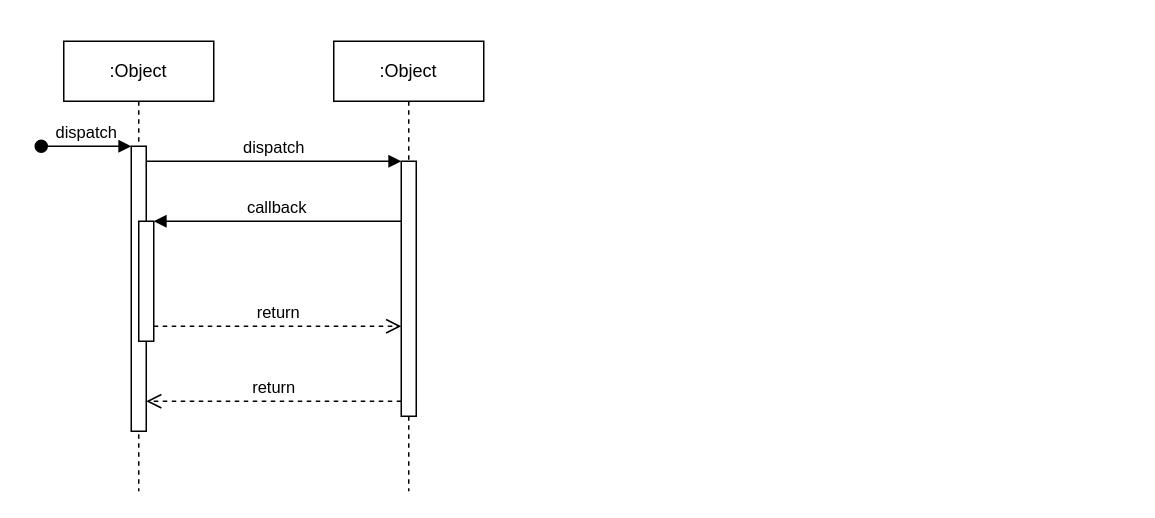
The draw.io diagram Diagrama Sequencia.drawio in gman2004-spec/Draw.io, before the edit. Source tidied: cells renumbered, new cells numbered last; positions are measured from the earlier drawing's top-left corner, leaving out a move shared by most shapes. Both pictures are drawn from the tidied source at 150%, with x=0, y=0 at pixel (40, 40).
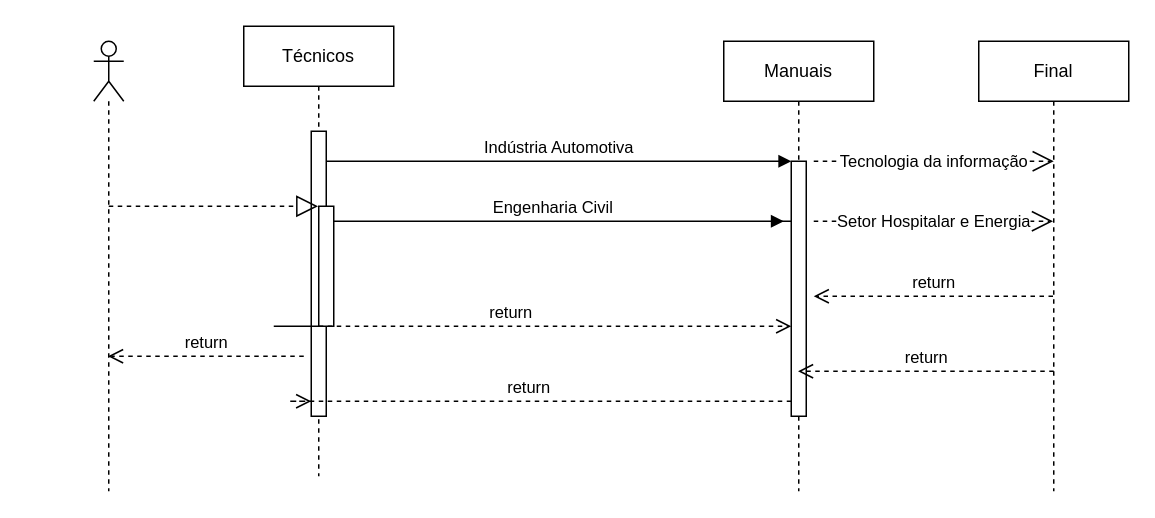
Above is the later version.

The change refers to these unchanged cells:
```xml
<mxCell id="3" style="html=1;points=[];perimeter=orthogonalPerimeter;outlineConnect=0;targetShapes=umlLifeline;portConstraint=eastwest;newEdgeStyle={&quot;edgeStyle&quot;:&quot;elbowEdgeStyle&quot;,&quot;elbow&quot;:&quot;vertical&quot;,&quot;curved&quot;:0,&quot;rounded&quot;:0};" parent="2" vertex="1">
  <mxGeometry x="45" y="70" width="10" height="190" as="geometry" />
</mxCell>
<mxCell id="5" style="html=1;points=[];perimeter=orthogonalPerimeter;outlineConnect=0;targetShapes=umlLifeline;portConstraint=eastwest;newEdgeStyle={&quot;edgeStyle&quot;:&quot;elbowEdgeStyle&quot;,&quot;elbow&quot;:&quot;vertical&quot;,&quot;curved&quot;:0,&quot;rounded&quot;:0};" parent="2" vertex="1">
  <mxGeometry x="50" y="120" width="10" height="80" as="geometry" />
</mxCell>
<mxCell id="7" style="html=1;points=[];perimeter=orthogonalPerimeter;outlineConnect=0;targetShapes=umlLifeline;portConstraint=eastwest;newEdgeStyle={&quot;edgeStyle&quot;:&quot;elbowEdgeStyle&quot;,&quot;elbow&quot;:&quot;vertical&quot;,&quot;curved&quot;:0,&quot;rounded&quot;:0};" parent="6" vertex="1">
  <mxGeometry x="45" y="80" width="10" height="170" as="geometry" />
</mxCell>
```

Diff of the diagram source:
```diff
@@
-    <mxCell id="2" value=":Object" style="shape=umlLifeline;perimeter=lifelinePerimeter;whiteSpace=wrap;html=1;outlineConnect=0;portConstraint=eastwest;newEdgeStyle={&quot;edgeStyle&quot;:&quot;elbowEdgeStyle&quot;,&quot;elbow&quot;:&quot;vertical&quot;,&quot;curved&quot;:0,&quot;rounded&quot;:0};" parent="1" vertex="1">
-      <mxGeometry x="15" width="100" height="300" as="geometry" />
+    <mxCell id="2" value="Técnicos" style="shape=umlLifeline;perimeter=lifelinePerimeter;whiteSpace=wrap;html=1;outlineConnect=0;portConstraint=eastwest;newEdgeStyle={&quot;edgeStyle&quot;:&quot;elbowEdgeStyle&quot;,&quot;elbow&quot;:&quot;vertical&quot;,&quot;curved&quot;:0,&quot;rounded&quot;:0};" parent="1" vertex="1">
+      <mxGeometry x="135" y="-10" width="100" height="300" as="geometry" />
     </mxCell>
@@
-    <mxCell id="4" value="dispatch" style="html=1;verticalAlign=bottom;startArrow=oval;endArrow=block;startSize=8;edgeStyle=elbowEdgeStyle;elbow=vertical;curved=0;rounded=0;" parent="2" edge="1" target="3">
-      <mxGeometry relative="1" as="geometry">
-        <mxPoint x="-15" y="70" as="sourcePoint" />
-      </mxGeometry>
-    </mxCell>
@@
-    <mxCell id="6" value=":Object" style="shape=umlLifeline;perimeter=lifelinePerimeter;whiteSpace=wrap;html=1;outlineConnect=0;portConstraint=eastwest;newEdgeStyle={&quot;edgeStyle&quot;:&quot;elbowEdgeStyle&quot;,&quot;elbow&quot;:&quot;vertical&quot;,&quot;curved&quot;:0,&quot;rounded&quot;:0};" parent="1" vertex="1">
-      <mxGeometry x="195" width="100" height="300" as="geometry" />
+    <mxCell id="6" value="Manuais" style="shape=umlLifeline;perimeter=lifelinePerimeter;whiteSpace=wrap;html=1;outlineConnect=0;portConstraint=eastwest;newEdgeStyle={&quot;edgeStyle&quot;:&quot;elbowEdgeStyle&quot;,&quot;elbow&quot;:&quot;vertical&quot;,&quot;curved&quot;:0,&quot;rounded&quot;:0};" parent="1" vertex="1">
+      <mxGeometry x="455" width="100" height="300" as="geometry" />
     </mxCell>
@@
-    <mxCell id="8" value="dispatch" style="html=1;verticalAlign=bottom;endArrow=block;edgeStyle=elbowEdgeStyle;elbow=vertical;curved=0;rounded=0;" parent="1" edge="1" source="3" target="7">
+    <mxCell id="8" value="Indústria Automotiva" style="html=1;verticalAlign=bottom;endArrow=block;edgeStyle=elbowEdgeStyle;elbow=vertical;curved=0;rounded=0;" parent="1" edge="1" source="3" target="7">
       <mxGeometry relative="1" as="geometry">
         <Array as="points">
-          <mxPoint x="155" y="80" />
+          <mxPoint x="195" y="80" />
         </Array>
       </mxGeometry>
     </mxCell>
@@
-    <mxCell id="10" value="callback" style="html=1;verticalAlign=bottom;endArrow=block;edgeStyle=elbowEdgeStyle;elbow=vertical;curved=0;rounded=0;" parent="1" edge="1" source="7" target="5">
-      <mxGeometry relative="1" as="geometry">
+    <mxCell id="10" value="Engenharia Civil" style="html=1;verticalAlign=bottom;endArrow=block;edgeStyle=elbowEdgeStyle;elbow=vertical;curved=0;rounded=0;" parent="1" edge="1" source="7">
+      <mxGeometry x="0.49" relative="1" as="geometry">
+        <mxPoint x="495" y="120" as="targetPoint" />
         <Array as="points">
-          <mxPoint x="165" y="120" />
+          <mxPoint x="195" y="120" />
         </Array>
       </mxGeometry>
     </mxCell>
@@
+    <mxCell id="12" style="shape=umlLifeline;perimeter=lifelinePerimeter;whiteSpace=wrap;html=1;outlineConnect=0;portConstraint=eastwest;newEdgeStyle={&quot;curved&quot;:0,&quot;rounded&quot;:0};participant=umlActor;" parent="1" vertex="1">
+      <mxGeometry x="35" width="20" height="300" as="geometry" />
+    </mxCell>
+    <mxCell id="13" style="endArrow=block;dashed=1;endFill=0;endSize=12;html=1;rounded=0;" parent="1" edge="1" target="2">
+      <mxGeometry relative="1" as="geometry">
+        <mxPoint x="45" y="110" as="sourcePoint" />
+      </mxGeometry>
+    </mxCell>
+    <mxCell id="14" value="return" style="html=1;verticalAlign=bottom;endArrow=open;dashed=1;endSize=8;curved=0;rounded=0;" parent="1" edge="1" target="12">
+      <mxGeometry relative="1" as="geometry">
+        <mxPoint x="175" y="210" as="sourcePoint" />
+      </mxGeometry>
+    </mxCell>
+    <mxCell id="15" value="Final" style="shape=umlLifeline;perimeter=lifelinePerimeter;whiteSpace=wrap;html=1;outlineConnect=0;portConstraint=eastwest;newEdgeStyle={&quot;curved&quot;:0,&quot;rounded&quot;:0};" parent="1" vertex="1">
+      <mxGeometry x="625" width="100" height="300" as="geometry" />
+    </mxCell>
+    <mxCell id="16" value="Tecnologia da informação" style="endArrow=open;endSize=12;dashed=1;html=1;rounded=0;" parent="1" edge="1">
+      <mxGeometry relative="1" as="geometry">
+        <mxPoint x="515" y="80" as="sourcePoint" />
+        <mxPoint x="675" y="80" as="targetPoint" />
+      </mxGeometry>
+    </mxCell>
+    <mxCell id="17" value="return" style="html=1;verticalAlign=bottom;endArrow=open;dashed=1;endSize=8;curved=0;rounded=0;" parent="1" edge="1" target="6">
+      <mxGeometry relative="1" as="geometry">
+        <mxPoint x="675" y="220" as="sourcePoint" />
+      </mxGeometry>
+    </mxCell>
+    <mxCell id="18" value="return" style="html=1;verticalAlign=bottom;endArrow=open;dashed=1;endSize=8;curved=0;rounded=0;" parent="1" edge="1" source="15">
+      <mxGeometry relative="1" as="geometry">
+        <mxPoint x="515" y="170" as="targetPoint" />
+      </mxGeometry>
+    </mxCell>
+    <mxCell id="19" value="Setor Hospitalar e Energia" style="endArrow=open;endSize=12;dashed=1;html=1;rounded=0;" parent="1" edge="1" target="15">
+      <mxGeometry relative="1" as="geometry">
+        <mxPoint x="515" y="120" as="sourcePoint" />
+      </mxGeometry>
+    </mxCell>
```
